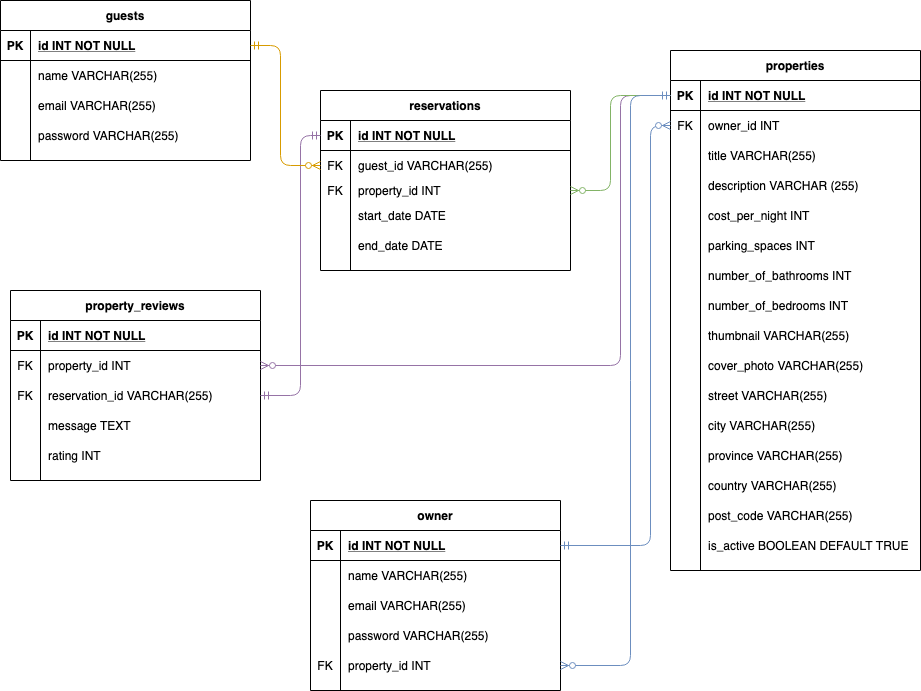
This is Lighthouse BnB ERD.png from austinkret/Lighthouse-BnB, a draw.io export, as it was before one commit. Source tidied: cells renumbered, new cells last; positions are measured from the earlier drawing's top-left corner, leaving out a move shared by most shapes.
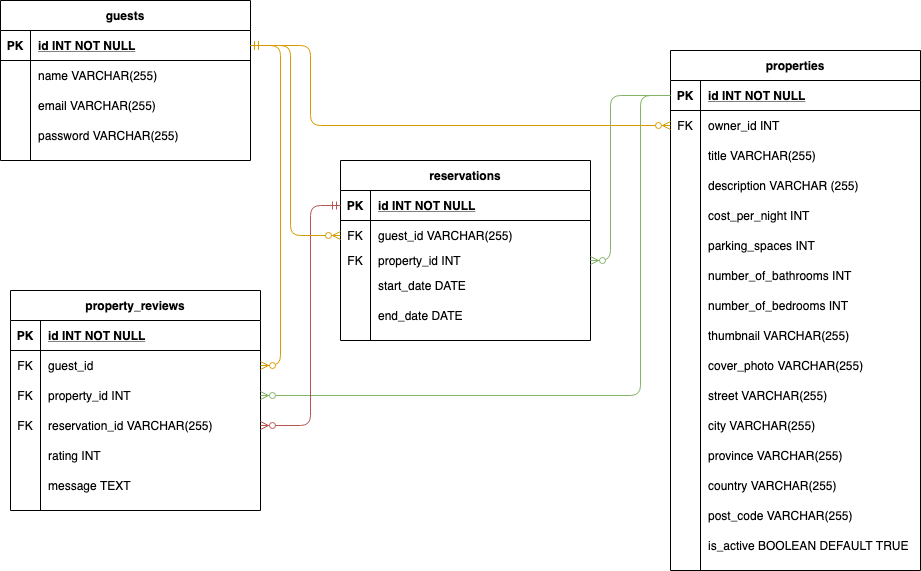
The same file after the commit.

Diff of the diagram source:
```diff
@@ -150,7 +150,7 @@
       <mxGeometry x="30" width="220" height="30" as="geometry" />
     </mxCell>
     <mxCell id="51" value="reservations" style="shape=table;startSize=30;rowLines=0;fontStyle=1;align=center;" parent="1" vertex="1">
-      <mxGeometry x="320" y="90" width="250" height="180" as="geometry" />
+      <mxGeometry x="340" y="160" width="250" height="180" as="geometry" />
     </mxCell>
     <mxCell id="52" style="shape=partialRectangle;fillColor=none;points=[[0,0.5],[1,0.5]];portConstraint=eastwest;top=0;left=0;right=0;bottom=1;" parent="51" vertex="1">
       <mxGeometry y="30" width="250" height="30" as="geometry" />
@@ -237,7 +237,7 @@
       <mxGeometry x="30" width="220" height="30" as="geometry" />
     </mxCell>
     <mxCell id="80" value="property_reviews" style="shape=table;startSize=30;rowLines=0;fontStyle=1;align=center;" parent="1" vertex="1">
-      <mxGeometry x="10" y="290" width="250" height="190" as="geometry" />
+      <mxGeometry x="10" y="290" width="250" height="220" as="geometry" />
     </mxCell>
     <mxCell id="81" style="shape=partialRectangle;fillColor=none;top=0;left=0;right=0;bottom=1;" parent="80" vertex="1">
       <mxGeometry y="30" width="250" height="30" as="geometry" />
@@ -248,8 +248,17 @@
     <mxCell id="83" value="id INT NOT NULL" style="shape=partialRectangle;overflow=hidden;fillColor=none;top=0;left=0;bottom=0;right=0;align=left;spacingLeft=6;fontStyle=5;" parent="81" vertex="1">
       <mxGeometry x="30" width="220" height="30" as="geometry" />
     </mxCell>
+    <mxCell id="100" style="shape=partialRectangle;fillColor=none;points=[[0,0.5],[1,0.5]];portConstraint=eastwest;top=0;left=0;right=0;bottom=0;" parent="80" vertex="1">
+      <mxGeometry y="60" width="250" height="30" as="geometry" />
+    </mxCell>
+    <mxCell id="110" value="FK" style="shape=partialRectangle;overflow=hidden;fillColor=none;top=0;left=0;bottom=0;right=0;" parent="100" vertex="1">
+      <mxGeometry width="30" height="30" as="geometry" />
+    </mxCell>
+    <mxCell id="118" value="guest_id" style="shape=partialRectangle;overflow=hidden;fillColor=none;top=0;left=0;bottom=0;right=0;align=left;spacingLeft=6;" parent="100" vertex="1">
+      <mxGeometry x="30" width="220" height="30" as="geometry" />
+    </mxCell>
     <mxCell id="84" style="shape=partialRectangle;fillColor=none;points=[[0,0.5],[1,0.5]];portConstraint=eastwest;top=0;left=0;right=0;bottom=0;" parent="80" vertex="1">
-      <mxGeometry y="60" width="250" height="30" as="geometry" />
+      <mxGeometry y="90" width="250" height="30" as="geometry" />
     </mxCell>
     <mxCell id="85" value="FK" style="shape=partialRectangle;overflow=hidden;fillColor=none;top=0;left=0;bottom=0;right=0;" parent="84" vertex="1">
       <mxGeometry width="30" height="30" as="geometry" />
@@ -258,7 +267,7 @@
       <mxGeometry x="30" width="220" height="30" as="geometry" />
     </mxCell>
     <mxCell id="87" style="shape=partialRectangle;fillColor=none;points=[[0,0.5],[1,0.5]];portConstraint=eastwest;top=0;left=0;right=0;bottom=0;" parent="80" vertex="1">
-      <mxGeometry y="90" width="250" height="30" as="geometry" />
+      <mxGeometry y="120" width="250" height="30" as="geometry" />
     </mxCell>
     <mxCell id="88" value="FK" style="shape=partialRectangle;overflow=hidden;fillColor=none;top=0;left=0;bottom=0;right=0;" parent="87" vertex="1">
       <mxGeometry width="30" height="30" as="geometry" />
@@ -266,8 +275,17 @@
     <mxCell id="89" value="reservation_id VARCHAR(255)" style="shape=partialRectangle;overflow=hidden;fillColor=none;top=0;left=0;bottom=0;right=0;align=left;spacingLeft=6;" parent="87" vertex="1">
       <mxGeometry x="30" width="220" height="30" as="geometry" />
     </mxCell>
+    <mxCell id="93" style="shape=partialRectangle;fillColor=none;top=0;left=0;right=0;bottom=0;" parent="80" vertex="1">
+      <mxGeometry y="150" width="250" height="30" as="geometry" />
+    </mxCell>
+    <mxCell id="94" style="shape=partialRectangle;overflow=hidden;fillColor=none;top=0;left=0;bottom=0;right=0;" parent="93" vertex="1">
+      <mxGeometry width="30" height="30" as="geometry" />
+    </mxCell>
+    <mxCell id="95" value="rating INT" style="shape=partialRectangle;overflow=hidden;fillColor=none;top=0;left=0;bottom=0;right=0;align=left;spacingLeft=6;" parent="93" vertex="1">
+      <mxGeometry x="30" width="220" height="30" as="geometry" />
+    </mxCell>
     <mxCell id="90" style="shape=partialRectangle;fillColor=none;top=0;left=0;right=0;bottom=0;" parent="80" vertex="1">
-      <mxGeometry y="120" width="250" height="30" as="geometry" />
+      <mxGeometry y="180" width="250" height="30" as="geometry" />
     </mxCell>
     <mxCell id="91" style="shape=partialRectangle;overflow=hidden;fillColor=none;top=0;left=0;bottom=0;right=0;" parent="90" vertex="1">
       <mxGeometry width="30" height="30" as="geometry" />
@@ -275,92 +293,27 @@
     <mxCell id="92" value="message TEXT" style="shape=partialRectangle;overflow=hidden;fillColor=none;top=0;left=0;bottom=0;right=0;align=left;spacingLeft=6;" parent="90" vertex="1">
       <mxGeometry x="30" width="220" height="30" as="geometry" />
     </mxCell>
-    <mxCell id="93" style="shape=partialRectangle;fillColor=none;top=0;left=0;right=0;bottom=0;" parent="80" vertex="1">
-      <mxGeometry y="150" width="250" height="30" as="geometry" />
-    </mxCell>
-    <mxCell id="94" style="shape=partialRectangle;overflow=hidden;fillColor=none;top=0;left=0;bottom=0;right=0;" parent="93" vertex="1">
-      <mxGeometry width="30" height="30" as="geometry" />
-    </mxCell>
-    <mxCell id="95" value="rating INT" style="shape=partialRectangle;overflow=hidden;fillColor=none;top=0;left=0;bottom=0;right=0;align=left;spacingLeft=6;" parent="93" vertex="1">
-      <mxGeometry x="30" width="220" height="30" as="geometry" />
-    </mxCell>
-    <mxCell id="96" value="owner" style="shape=table;startSize=30;rowLines=0;fontStyle=1;align=center;" parent="1" vertex="1">
-      <mxGeometry x="310" y="500" width="250" height="190" as="geometry" />
-    </mxCell>
-    <mxCell id="97" style="shape=partialRectangle;fillColor=none;points=[[0,0.5],[1,0.5]];portConstraint=eastwest;top=0;left=0;right=0;bottom=1;" parent="96" vertex="1">
-      <mxGeometry y="30" width="250" height="30" as="geometry" />
-    </mxCell>
-    <mxCell id="98" value="PK" style="shape=partialRectangle;overflow=hidden;fillColor=none;top=0;left=0;bottom=0;right=0;fontStyle=1;" parent="97" vertex="1">
-      <mxGeometry width="30" height="30" as="geometry" />
-    </mxCell>
-    <mxCell id="99" value="id INT NOT NULL " style="shape=partialRectangle;overflow=hidden;fillColor=none;top=0;left=0;bottom=0;right=0;align=left;spacingLeft=6;fontStyle=5;" parent="97" vertex="1">
-      <mxGeometry x="30" width="220" height="30" as="geometry" />
-    </mxCell>
-    <mxCell id="100" style="shape=partialRectangle;fillColor=none;points=[[0,0.5],[1,0.5]];portConstraint=eastwest;top=0;left=0;right=0;bottom=0;" parent="96" vertex="1">
-      <mxGeometry y="60" width="250" height="30" as="geometry" />
-    </mxCell>
-    <mxCell id="101" style="shape=partialRectangle;overflow=hidden;fillColor=none;top=0;left=0;bottom=0;right=0;" parent="100" vertex="1">
-      <mxGeometry width="30" height="30" as="geometry" />
-    </mxCell>
-    <mxCell id="102" value="name VARCHAR(255)" style="shape=partialRectangle;overflow=hidden;fillColor=none;top=0;left=0;bottom=0;right=0;align=left;spacingLeft=6;" parent="100" vertex="1">
-      <mxGeometry x="30" width="220" height="30" as="geometry" />
-    </mxCell>
-    <mxCell id="103" style="shape=partialRectangle;fillColor=none;top=0;left=0;right=0;bottom=0;" parent="96" vertex="1">
-      <mxGeometry y="90" width="250" height="30" as="geometry" />
-    </mxCell>
-    <mxCell id="104" style="shape=partialRectangle;overflow=hidden;fillColor=none;top=0;left=0;bottom=0;right=0;" parent="103" vertex="1">
-      <mxGeometry width="30" height="30" as="geometry" />
-    </mxCell>
-    <mxCell id="105" value="email VARCHAR(255)" style="shape=partialRectangle;overflow=hidden;fillColor=none;top=0;left=0;bottom=0;right=0;align=left;spacingLeft=6;" parent="103" vertex="1">
-      <mxGeometry x="30" width="220" height="30" as="geometry" />
-    </mxCell>
-    <mxCell id="106" style="shape=partialRectangle;fillColor=none;top=0;left=0;right=0;bottom=0;" parent="96" vertex="1">
-      <mxGeometry y="120" width="250" height="30" as="geometry" />
-    </mxCell>
-    <mxCell id="107" style="shape=partialRectangle;overflow=hidden;fillColor=none;top=0;left=0;bottom=0;right=0;" parent="106" vertex="1">
-      <mxGeometry width="30" height="30" as="geometry" />
-    </mxCell>
-    <mxCell id="108" value="password VARCHAR(255)" style="shape=partialRectangle;overflow=hidden;fillColor=none;top=0;left=0;bottom=0;right=0;align=left;spacingLeft=6;" parent="106" vertex="1">
-      <mxGeometry x="30" width="220" height="30" as="geometry" />
-    </mxCell>
-    <mxCell id="109" style="shape=partialRectangle;fillColor=none;points=[[0,0.5],[1,0.5]];portConstraint=eastwest;top=0;left=0;right=0;bottom=0;" parent="96" vertex="1">
-      <mxGeometry y="150" width="250" height="30" as="geometry" />
-    </mxCell>
-    <mxCell id="110" value="FK" style="shape=partialRectangle;overflow=hidden;fillColor=none;top=0;left=0;bottom=0;right=0;" parent="109" vertex="1">
-      <mxGeometry width="30" height="30" as="geometry" />
-    </mxCell>
-    <mxCell id="111" value="property_id INT" style="shape=partialRectangle;overflow=hidden;fillColor=none;top=0;left=0;bottom=0;right=0;align=left;spacingLeft=6;" parent="109" vertex="1">
-      <mxGeometry x="30" width="220" height="30" as="geometry" />
-    </mxCell>
-    <mxCell id="112" style="edgeStyle=orthogonalEdgeStyle;fontSize=12;html=1;endArrow=ERzeroToMany;exitX=1;exitY=0.5;exitDx=0;exitDy=0;entryX=0;entryY=0.5;entryDx=0;entryDy=0;endFill=1;startArrow=ERmandOne;startFill=0;fillColor=#dae8fc;strokeColor=#6c8ebf;" parent="1" edge="1" source="97" target="6">
-      <mxGeometry relative="1" as="geometry">
-        <Array as="points">
-          <mxPoint x="650" y="545" />
-          <mxPoint x="650" y="125" />
-        </Array>
-      </mxGeometry>
-    </mxCell>
-    <mxCell id="113" style="edgeStyle=orthogonalEdgeStyle;fontSize=12;html=1;endArrow=ERzeroToMany;exitX=0;exitY=0.5;exitDx=0;exitDy=0;entryX=1;entryY=0.5;entryDx=0;entryDy=0;endFill=1;fillColor=#e1d5e7;strokeColor=#9673a6;" parent="1" edge="1" source="3" target="84">
+    <mxCell id="113" style="edgeStyle=orthogonalEdgeStyle;fontSize=12;html=1;endArrow=ERzeroToMany;exitX=0;exitY=0.5;exitDx=0;exitDy=0;entryX=1;entryY=0.5;entryDx=0;entryDy=0;endFill=1;fillColor=#d5e8d4;strokeColor=#82b366;" parent="1" edge="1" source="3" target="84">
       <mxGeometry relative="1" as="geometry">
         <Array as="points">
-          <mxPoint x="620" y="95" />
-          <mxPoint x="620" y="365" />
+          <mxPoint x="640" y="95" />
+          <mxPoint x="640" y="395" />
         </Array>
       </mxGeometry>
     </mxCell>
-    <mxCell id="114" style="edgeStyle=orthogonalEdgeStyle;fontSize=12;html=1;endArrow=ERmandOne;exitX=0;exitY=0.5;exitDx=0;exitDy=0;entryX=1;entryY=0.5;entryDx=0;entryDy=0;endFill=0;startArrow=ERmandOne;startFill=0;fillColor=#e1d5e7;strokeColor=#9673a6;" parent="1" edge="1" source="52" target="87">
+    <mxCell id="114" style="edgeStyle=orthogonalEdgeStyle;fontSize=12;html=1;endArrow=ERzeroToMany;exitX=0;exitY=0.5;exitDx=0;exitDy=0;entryX=1;entryY=0.5;entryDx=0;entryDy=0;endFill=1;startArrow=ERmandOne;startFill=0;fillColor=#f8cecc;strokeColor=#b85450;" parent="1" edge="1" source="52" target="87">
       <mxGeometry relative="1" as="geometry">
         <Array as="points">
-          <mxPoint x="300" y="135" />
-          <mxPoint x="300" y="395" />
+          <mxPoint x="310" y="205" />
+          <mxPoint x="310" y="425" />
         </Array>
       </mxGeometry>
     </mxCell>
     <mxCell id="115" style="edgeStyle=orthogonalEdgeStyle;fontSize=12;html=1;endArrow=ERzeroToMany;exitX=1;exitY=0.5;exitDx=0;exitDy=0;entryX=0;entryY=0.5;entryDx=0;entryDy=0;startArrow=ERmandOne;startFill=0;endFill=1;fillColor=#ffe6cc;strokeColor=#d79b00;" parent="1" edge="1" source="68" target="55">
       <mxGeometry relative="1" as="geometry">
         <Array as="points">
-          <mxPoint x="280" y="45" />
-          <mxPoint x="280" y="165" />
+          <mxPoint x="290" y="45" />
+          <mxPoint x="290" y="235" />
         </Array>
       </mxGeometry>
     </mxCell>
@@ -368,17 +321,25 @@
       <mxGeometry relative="1" as="geometry">
         <Array as="points">
           <mxPoint x="610" y="95" />
-          <mxPoint x="610" y="190" />
+          <mxPoint x="610" y="260" />
         </Array>
       </mxGeometry>
     </mxCell>
-    <mxCell id="117" style="edgeStyle=orthogonalEdgeStyle;fontSize=12;html=1;endArrow=ERmandOne;exitX=1;exitY=0.5;exitDx=0;exitDy=0;entryX=0;entryY=0.5;entryDx=0;entryDy=0;endFill=0;startArrow=ERzeroToMany;startFill=1;fillColor=#dae8fc;strokeColor=#6c8ebf;" parent="1" edge="1" source="109" target="3">
-      <mxGeometry relative="1" as="geometry">
-        <Array as="points">
-          <mxPoint x="630" y="665" />
-          <mxPoint x="630" y="95" />
-        </Array>
-      </mxGeometry>
-    </mxCell>
+    <mxCell id="119" style="edgeStyle=orthogonalEdgeStyle;fontSize=12;html=1;endArrow=ERzeroToMany;exitX=1;exitY=0.5;exitDx=0;exitDy=0;entryX=1;entryY=0.5;entryDx=0;entryDy=0;startArrow=ERmandOne;startFill=0;endFill=1;fillColor=#ffe6cc;strokeColor=#d79b00;" parent="1" edge="1" source="68" target="100">
+      <mxGeometry relative="1" as="geometry">
+        <Array as="points">
+          <mxPoint x="280" y="45" />
+          <mxPoint x="280" y="365" />
+        </Array>
+      </mxGeometry>
+    </mxCell>
+    <mxCell id="120" style="edgeStyle=orthogonalEdgeStyle;fontSize=12;html=1;endArrow=ERzeroToMany;exitX=1;exitY=0.5;exitDx=0;exitDy=0;entryX=0;entryY=0.5;entryDx=0;entryDy=0;startArrow=ERmandOne;startFill=0;endFill=1;fillColor=#ffe6cc;strokeColor=#d79b00;" parent="1" edge="1" source="68" target="6">
+      <mxGeometry relative="1" as="geometry">
+        <Array as="points">
+          <mxPoint x="310" y="45" />
+          <mxPoint x="310" y="125" />
+        </Array>
+      </mxGeometry>
+    </mxCell>
   </root>
 </mxGraphModel>
```
